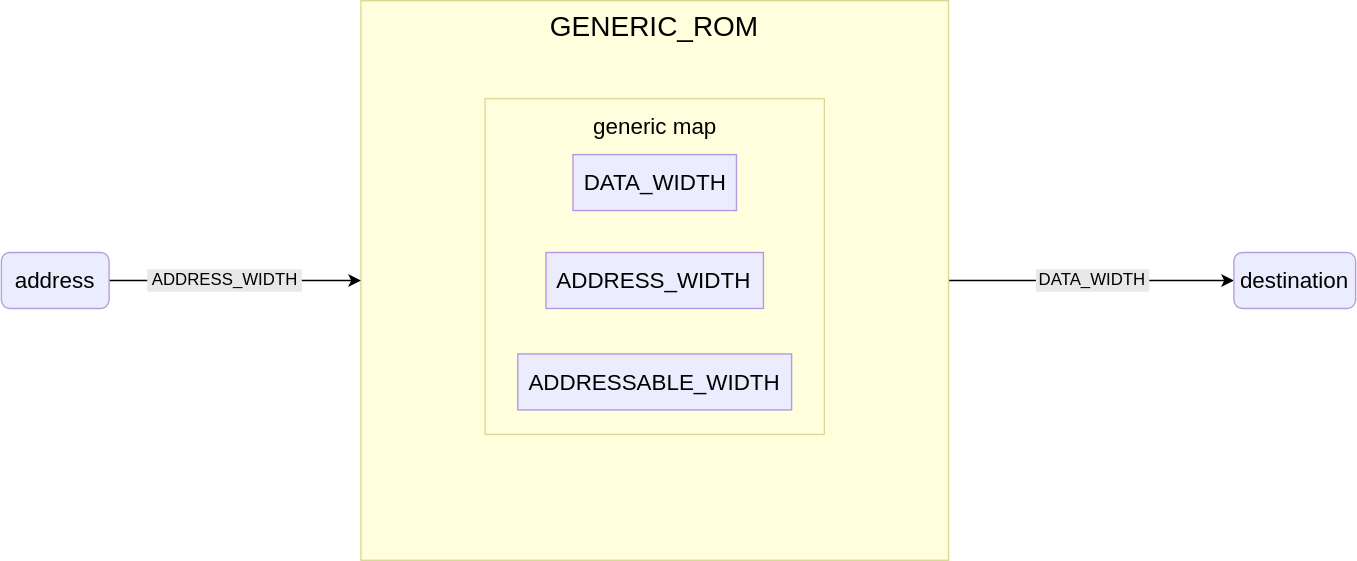
The draw.io diagram docs/public/images/reference/report_components/generic_rom.drawio.svg in insper-riscv/core, before a commit. Source tidied: cells renumbered, new cells last; positions are measured from the earlier drawing's top-left corner, leaving out a move shared by most shapes.
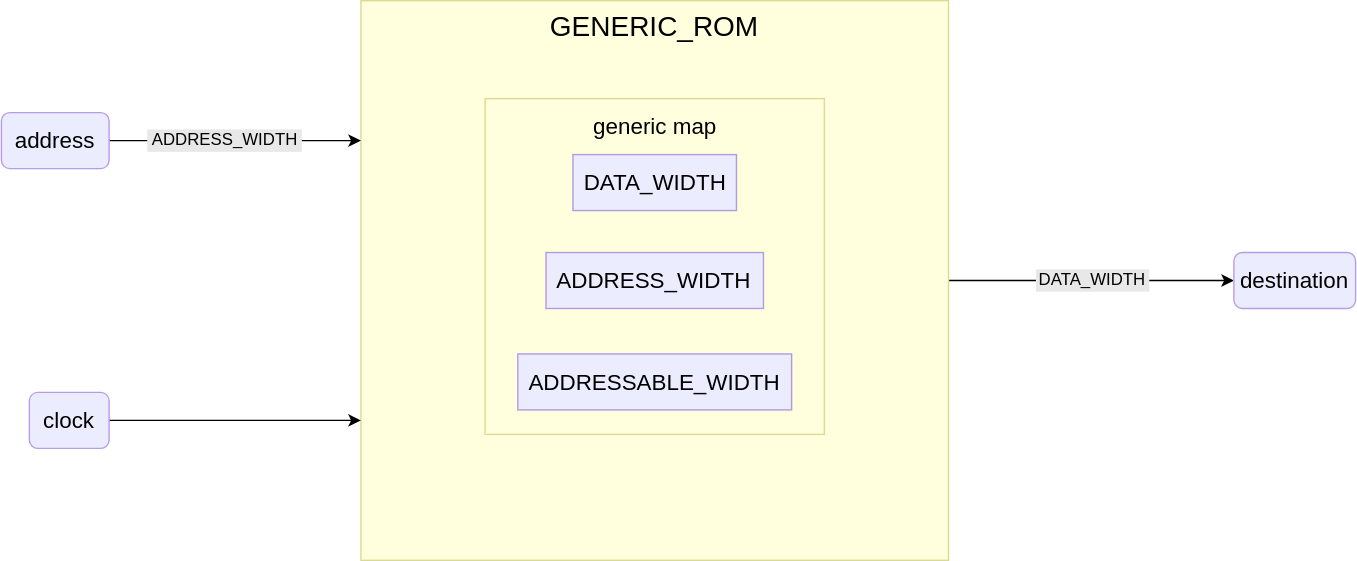
After the commit.

Diff of the diagram source:
```diff
@@ -26,14 +26,23 @@
     <mxCell id="9" value="ADDRESSABLE_WIDTH" style="rounded=0;whiteSpace=wrap;html=1;fillColor=#ececff;strokeColor=#b29ae1;fontSize=16;" parent="1" vertex="1">
       <mxGeometry x="369.1" y="252.5" width="195.7" height="40" as="geometry" />
     </mxCell>
-    <mxCell id="10" style="edgeStyle=orthogonalEdgeStyle;rounded=0;jettySize=auto;html=1;entryX=0;entryY=0.5;entryDx=0;entryDy=0;" parent="1" edge="1" source="11" target="3">
+    <mxCell id="10" style="edgeStyle=orthogonalEdgeStyle;rounded=0;jettySize=auto;html=1;entryX=0;entryY=0.25;entryDx=0;entryDy=0;" parent="1" edge="1" source="11" target="3">
       <mxGeometry relative="1" as="geometry" />
     </mxCell>
     <mxCell id="11" value="address" style="rounded=1;whiteSpace=wrap;html=1;fillColor=#ececff;strokeColor=#b59fe2;fontSize=16;" parent="1" vertex="1">
-      <mxGeometry y="180" width="77" height="40" as="geometry" />
+      <mxGeometry y="80" width="77" height="40" as="geometry" />
     </mxCell>
     <mxCell id="12" value="ADDRESS_WIDTH" style="rounded=0;whiteSpace=wrap;html=1;fillColor=#e8e8e8;strokeColor=#e8e8e8;" parent="1" vertex="1">
-      <mxGeometry x="104.8" y="192.5" width="109.5" height="15" as="geometry" />
+      <mxGeometry x="104.8" y="92.5" width="109.5" height="15" as="geometry" />
     </mxCell>
+    <mxCell id="13" style="edgeStyle=orthogonalEdgeStyle;rounded=0;jettySize=auto;html=1;entryX=0;entryY=0.75;entryDx=0;entryDy=0;" parent="1" edge="1" source="14" target="3">
+      <mxGeometry relative="1" as="geometry" />
+    </mxCell>
+    <mxCell id="14" value="clock" style="rounded=1;whiteSpace=wrap;html=1;fillColor=#ececff;strokeColor=#b59fe2;fontSize=16;" parent="1" vertex="1">
+      <mxGeometry x="20" y="280" width="57" height="40" as="geometry" />
+    </mxCell>
+    <mxCell id="15" style="edgeStyle=orthogonalEdgeStyle;rounded=0;orthogonalLoop=1;jettySize=auto;html=1;exitX=0.5;exitY=1;exitDx=0;exitDy=0;" parent="1" edge="1" source="14" target="14">
+      <mxGeometry relative="1" as="geometry" />
+    </mxCell>
   </root>
 </mxGraphModel>
```
